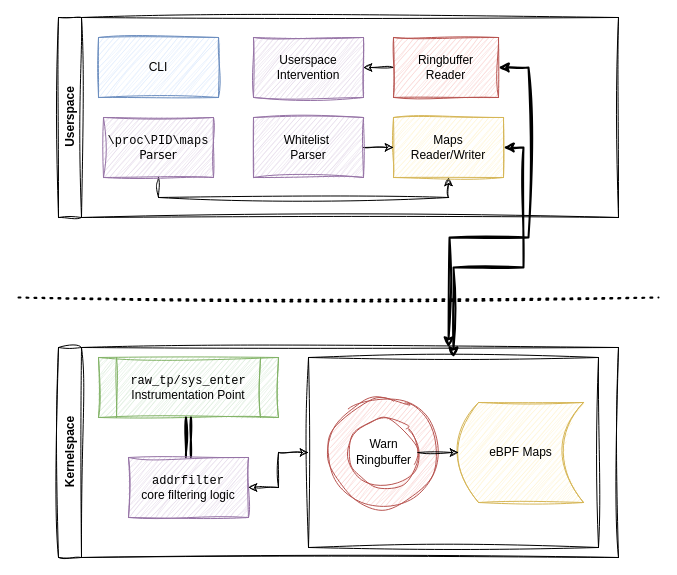
Before: diagrams/high-level-overview.drawio in tcassar-diss/report, a draw.io diagram. Source tidied: cells renumbered, new cells numbered last; positions are measured from the earlier drawing's top-left corner, leaving out a move shared by most shapes. Both pictures are drawn from the tidied source at 100%, with x=0, y=0 at pixel (18, 17).
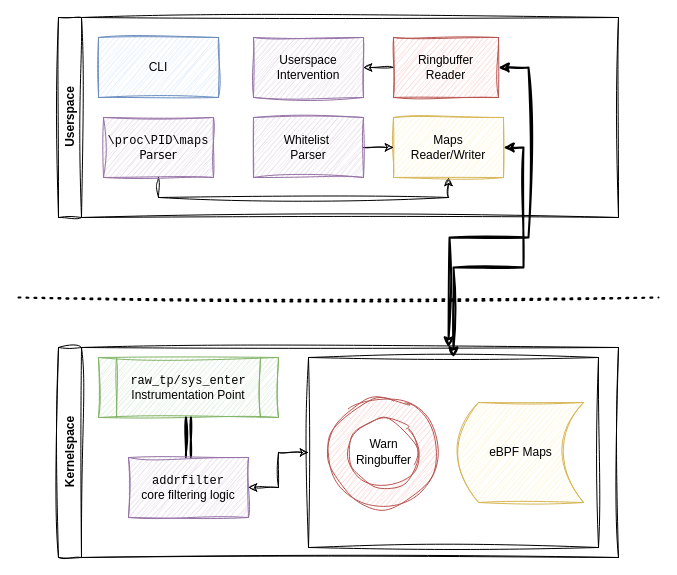
Above is the later version.

Unchanged cells that the change refers to:
```xml
<mxCell id="7" style="swimlane;startSize=0;labelBackgroundColor=none;sketch=1;curveFitting=1;jiggle=2;" parent="2" vertex="1">
  <mxGeometry x="250" y="10" width="290" height="190" as="geometry" />
</mxCell>
<mxCell id="8" value="eBPF Maps" style="shape=dataStorage;whiteSpace=wrap;html=1;fixedSize=1;labelBackgroundColor=none;sketch=1;curveFitting=1;jiggle=2;fillColor=#fff2cc;strokeColor=#d6b656;" parent="7" vertex="1">
  <mxGeometry x="150" y="45" width="125" height="100" as="geometry" />
</mxCell>
<mxCell id="11" value="&lt;font face=&quot;Helvetica&quot;&gt;Warn Ringbuffer&lt;/font&gt;" style="ellipse;whiteSpace=wrap;html=1;hachureGap=4;fontFamily=Architects Daughter;sketch=1;curveFitting=1;jiggle=2;strokeColor=light-dark(#b95450, #ededed);" parent="9" vertex="1">
  <mxGeometry x="20.6" y="20.6" width="68.8" height="68.8" as="geometry" />
</mxCell>
```

Diff of the diagram source:
```diff
@@
-    <mxCell id="12" style="edgeStyle=orthogonalEdgeStyle;rounded=0;sketch=1;hachureGap=4;jiggle=2;curveFitting=1;jettySize=auto;html=1;fontFamily=Architects Daughter;" parent="7" edge="1" source="11" target="8">
-      <mxGeometry relative="1" as="geometry" />
-    </mxCell>
```
